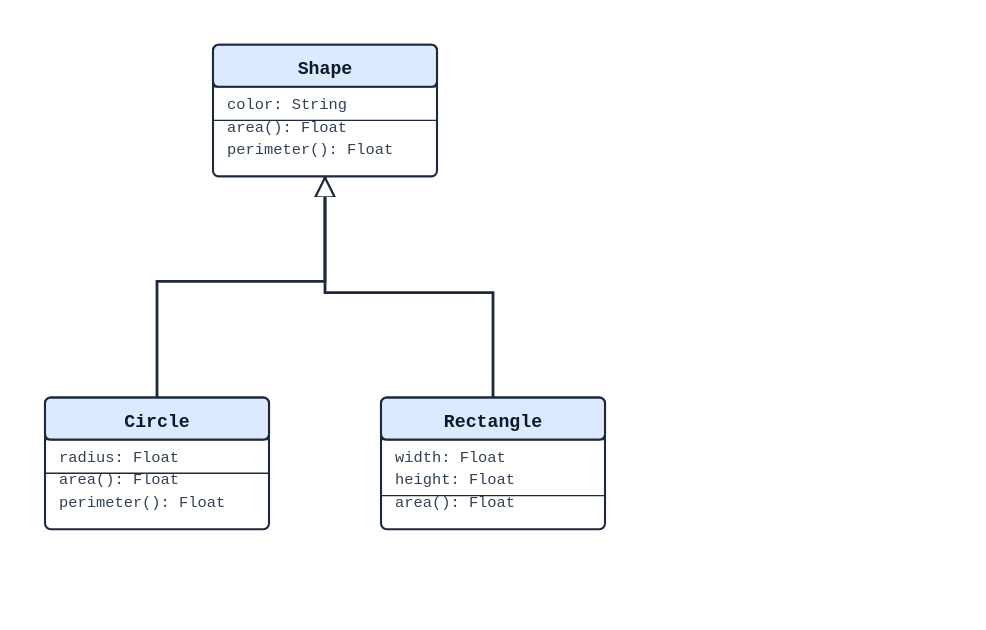
This is docs/examples/class/06_abstract_interface.svg from alliecatowo/puml, a PlantUML export, as it was before one commit. Its source is kept beside it as docs/examples/class/06_abstract_interface.puml.
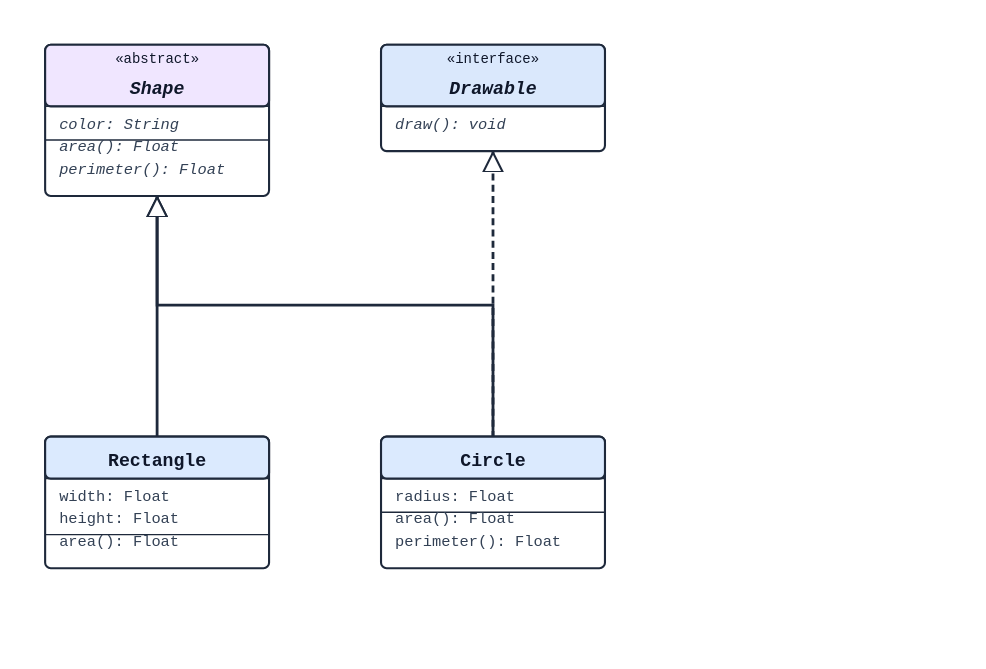
The same diagram one commit later.

Commit message:
fix(render): render abstract class and interface names and members in italic

The edit, as a diff of the source:
```diff
@@ -1,8 +1,11 @@
 @startuml
-class Shape {
+abstract class Shape {
   color: String
-  area(): Float
-  perimeter(): Float
+  {abstract} area(): Float
+  {abstract} perimeter(): Float
+}
+interface Drawable {
+  draw(): void
 }
 class Circle {
   radius: Float
@@ -16,4 +19,5 @@
 }
 Shape <|-- Circle
 Shape <|-- Rectangle
+Drawable <|.. Circle
 @enduml
```
